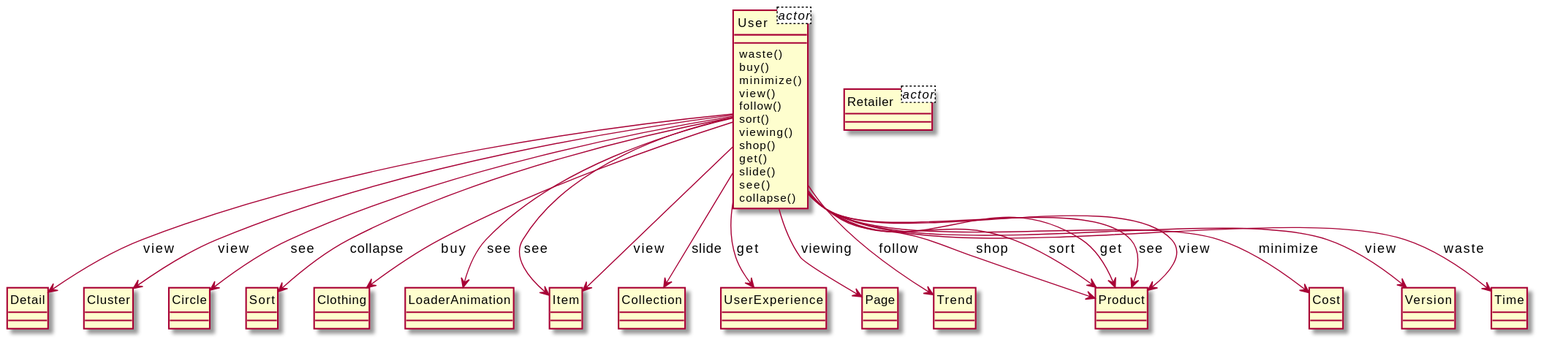
This is output/diagram_5/2016-USC-Project01.svg from xixixhalu/DomainModelExtractor, a PlantUML export, as it was before one commit. The source it was exported from:
```plantuml
@startuml
hide circle
class User<actor> {
}
class Retailer<actor> {
}
class User {
	waste()
	buy()
	minimize()
	view()
	follow()
	sort()
	viewing()
	shop()
	get()
	slide()
	see()
	collapse()
}
class Detail {
}
class Cluster {
}
class Circle {
}
class Sort {
}
class Clothing {
}
class LoaderAnimation {
}
class Item {
}
class Collection {
}
class UserExperience {
}
class Page {
}
class Trend {
}
class Product {
}
class Cost {
}
class Version {
}
class Time {
}
User --> Sort : collapse
User --> Version : view
User --> Clothing : buy
User --> LoaderAnimation : see
User --> Product : shop
User --> Item : see
User --> Collection : slide
User --> Item : view
User --> UserExperience : get
User --> Product : sort
User --> Time : waste
User --> Page : viewing
User --> Trend : follow
User --> Detail : view
User --> Product : get
User --> Cluster : view
User --> Product : see
User --> Cost : minimize
User --> Circle : see
User --> Product : view
@enduml
```
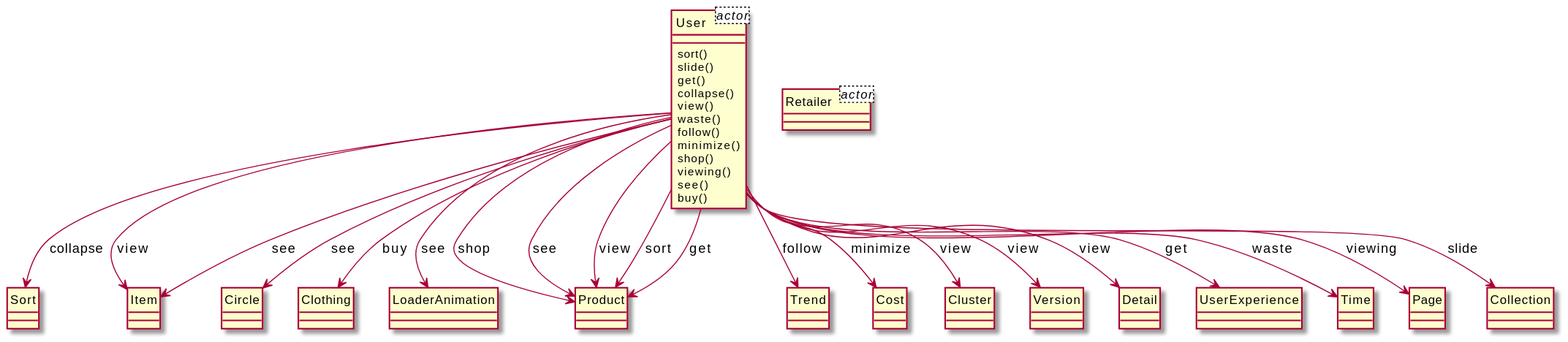
The same file after the commit.

The edit, as a diff of the source:
```diff
@@ -5,67 +5,67 @@
 class Retailer<actor> {
 }
 class User {
+	sort()
+	slide()
+	get()
+	collapse()
+	view()
 	waste()
+	follow()
+	minimize()
+	shop()
+	viewing()
+	see()
 	buy()
-	minimize()
-	view()
-	follow()
-	sort()
-	viewing()
-	shop()
-	get()
-	slide()
-	see()
-	collapse()
 }
-class Detail {
+class Sort {
 }
-class Cluster {
+class Item {
 }
 class Circle {
-}
-class Sort {
 }
 class Clothing {
 }
 class LoaderAnimation {
 }
-class Item {
+class Product {
+}
+class Trend {
+}
+class Cost {
+}
+class Cluster {
+}
+class Version {
+}
+class Detail {
+}
+class UserExperience {
+}
+class Time {
+}
+class Page {
 }
 class Collection {
 }
-class UserExperience {
-}
-class Page {
-}
-class Trend {
-}
-class Product {
-}
-class Cost {
-}
-class Version {
-}
-class Time {
-}
-User --> Sort : collapse
-User --> Version : view
 User --> Clothing : buy
+User --> Item : view
+User --> Time : waste
 User --> LoaderAnimation : see
 User --> Product : shop
-User --> Item : see
-User --> Collection : slide
-User --> Item : view
-User --> UserExperience : get
-User --> Product : sort
-User --> Time : waste
-User --> Page : viewing
 User --> Trend : follow
-User --> Detail : view
-User --> Product : get
-User --> Cluster : view
 User --> Product : see
 User --> Cost : minimize
+User --> Collection : slide
+User --> Cluster : view
+User --> Product : view
+User --> Product : sort
+User --> Product : get
+User --> Version : view
+User --> Sort : collapse
+User --> Detail : view
+User --> Item : see
+User --> UserExperience : get
 User --> Circle : see
-User --> Product : view
+User --> Page : viewing
 @enduml
```
